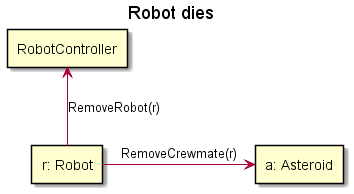
This is uml/out/commrobotdies/Robot dies.png from bbucsy/projlab_holy_oil, a PlantUML export, as it was before one commit.
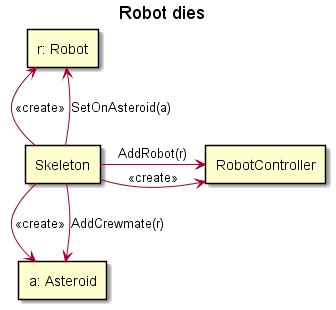
After the commit.

Diff of the diagram source:
```diff
@@ -5,8 +5,13 @@
 rectangle "r: Robot" as robot
 rectangle "RobotController" as contr
 rectangle "a: Asteroid" as asteroid
+rectangle "Skeleton" as skeleton
 
-robot -up-> contr : RemoveRobot(r)
-robot -> asteroid:RemoveCrewmate(r)
+skeleton -up-> robot : <<create>>
+skeleton -up-> robot: SetOnAsteroid(a)
+skeleton -> contr : <<create>>
+skeleton -> contr : AddRobot(r)
+skeleton -down-> asteroid: <<create>>
+skeleton -down-> asteroid: AddCrewmate(r)
 
 @enduml
```
